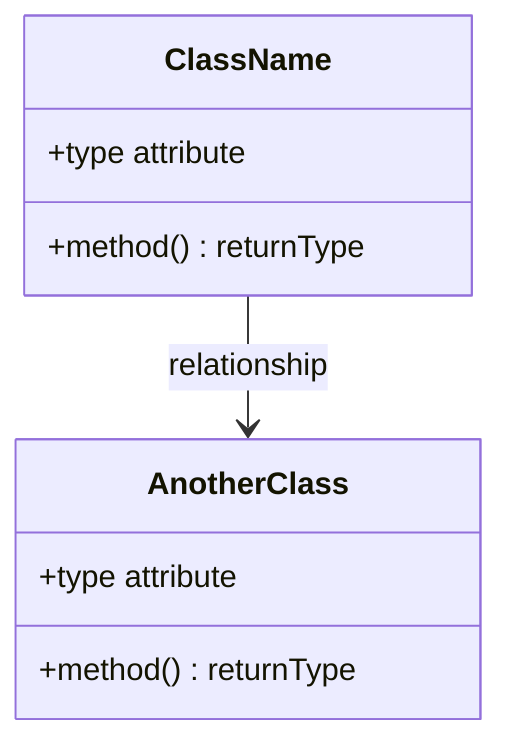
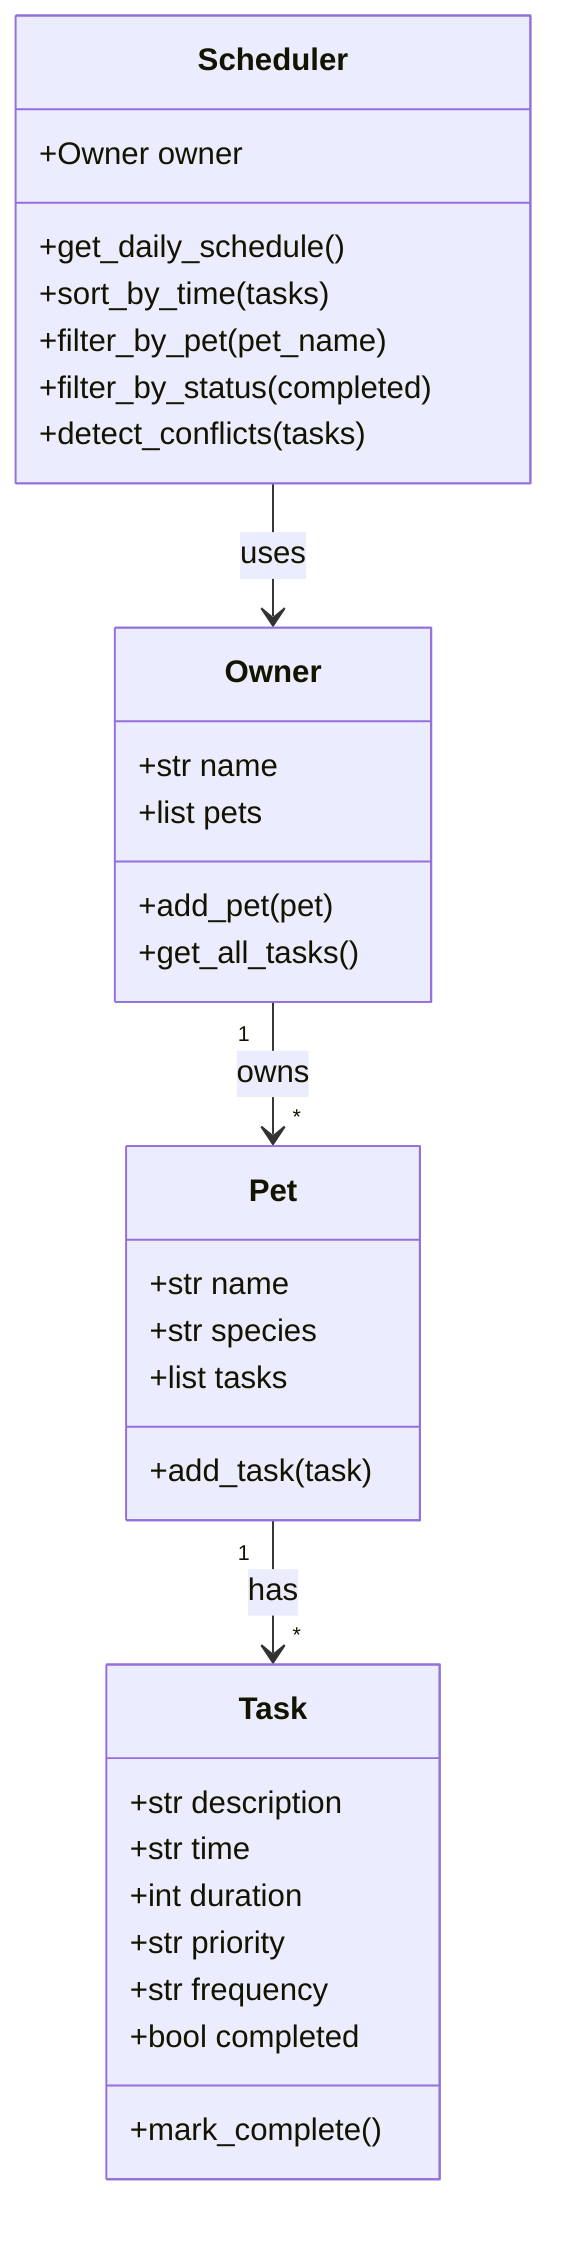
classDiagram
-     %% Replace the placeholders below with your actual classes, attributes, methods, and relationships.
-     %% Keep this file updated so it matches your final implementation.
- 
-     class ClassName {
-         +type attribute
-         +method() returnType
+     class Owner {
+         +str name
+         +list pets
+         +add_pet(pet)
+         +get_all_tasks()
    }

-     class AnotherClass {
-         +type attribute
-         +method() returnType
+     class Pet {
+         +str name
+         +str species
+         +list tasks
+         +add_task(task)
    }

-     ClassName --> AnotherClass : relationship
+     class Task {
+         +str description
+         +str time
+         +int duration
+         +str priority
+         +str frequency
+         +bool completed
+         +mark_complete()
+     }
+ 
+     class Scheduler {
+         +Owner owner
+         +get_daily_schedule()
+         +sort_by_time(tasks)
+         +filter_by_pet(pet_name)
+         +filter_by_status(completed)
+         +detect_conflicts(tasks)
+     }
+ 
+     Owner "1" --> "*" Pet : owns
+     Pet "1" --> "*" Task : has
+     Scheduler --> Owner : uses